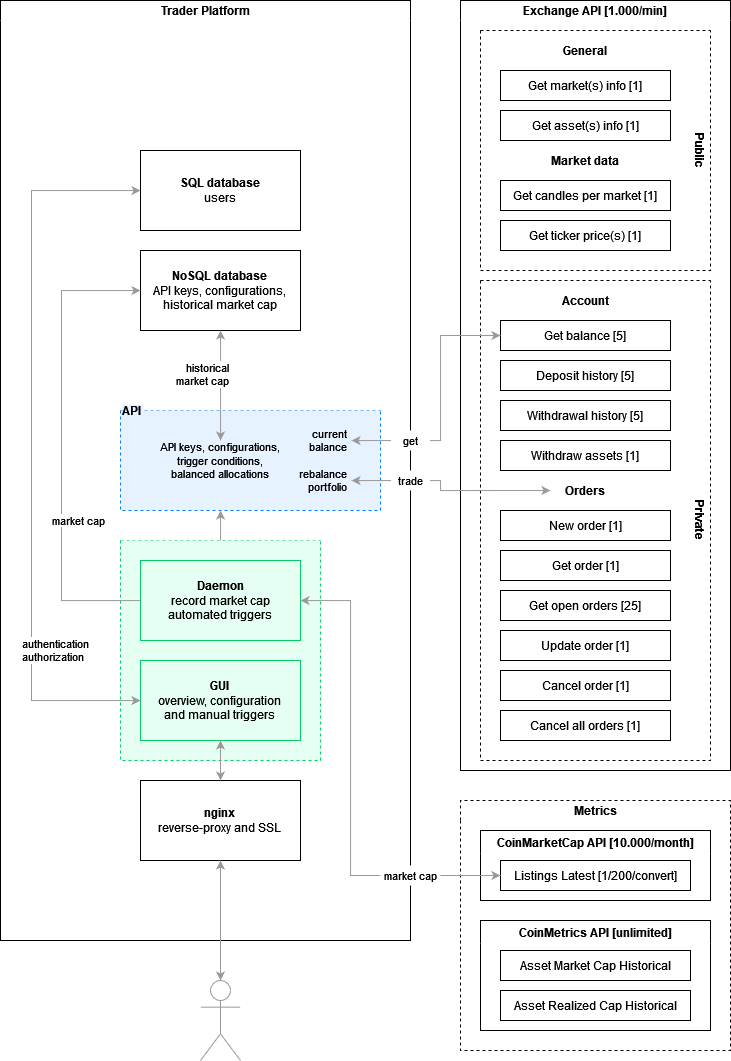
bvandevliet/Trader.Engine keeps this draw.io diagram as Wiki/Diagrams/Architecture-MacroLevel.drawio.png. Above is the earlier version. Source tidied: cells renumbered, new cells last; positions are measured from the earlier drawing's top-left corner, leaving out a move shared by most shapes.
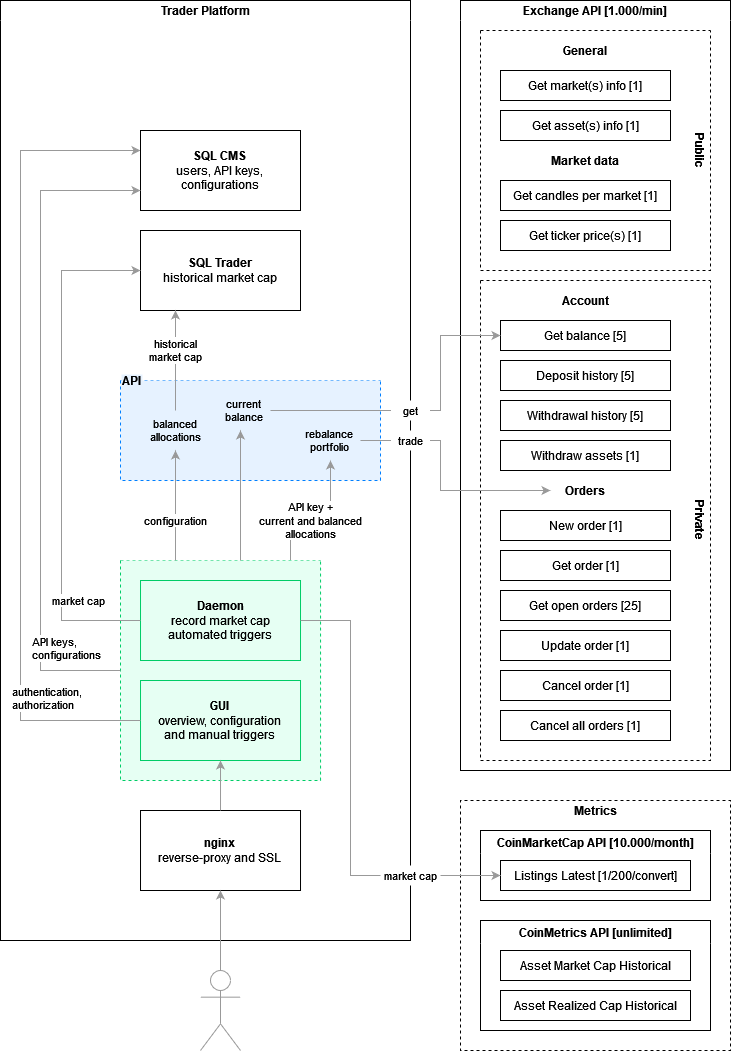
The same diagram one commit later.

Commit message:
Updated architecture diagram to meet latest changes.

(cherry picked from commit 0f639c42dee3066a87ec91806cbe74e62300761c)

The edit, as a diff of the source:
```diff
@@ -6,27 +6,27 @@
       <mxGeometry width="410" height="940" as="geometry" />
     </mxCell>
     <mxCell id="3" value="API" style="swimlane;startSize=0;dashed=1;strokeColor=#007FFF;fillColor=#E6F2FF;align=left;labelBackgroundColor=#E6F2FF;swimlaneFillColor=#E6F2FF;verticalAlign=middle;" parent="2" vertex="1">
-      <mxGeometry x="120" y="410" width="260" height="100" as="geometry" />
+      <mxGeometry x="120" y="380" width="260" height="100" as="geometry" />
     </mxCell>
-    <mxCell id="4" value="&lt;span style=&quot;background-color: rgb(230, 242, 255);&quot;&gt;API keys, configurations,&lt;/span&gt;&lt;br style=&quot;&quot;&gt;&lt;div style=&quot;&quot;&gt;trigger conditions,&lt;/div&gt;&lt;div style=&quot;&quot;&gt;balanced allocations&lt;/div&gt;" style="text;strokeColor=none;fillColor=none;align=center;verticalAlign=middle;rounded=0;dashed=1;fontSize=11;whiteSpace=wrap;html=1;labelBackgroundColor=none;" parent="3" vertex="1">
-      <mxGeometry x="30" y="30" width="140" height="40" as="geometry" />
+    <mxCell id="4" value="&lt;div&gt;balanced&lt;/div&gt;&lt;div&gt;allocations&lt;/div&gt;" style="text;strokeColor=none;fillColor=none;align=center;verticalAlign=middle;rounded=0;dashed=1;fontSize=11;whiteSpace=wrap;html=1;labelBackgroundColor=none;" parent="3" vertex="1">
+      <mxGeometry x="20" y="30" width="70" height="40" as="geometry" />
     </mxCell>
-    <mxCell id="5" value="&lt;div&gt;current&lt;/div&gt;&lt;div&gt;balance&lt;br&gt;&lt;/div&gt;" style="text;strokeColor=none;fillColor=none;align=right;verticalAlign=middle;rounded=0;dashed=1;fontSize=11;whiteSpace=wrap;html=1;labelBackgroundColor=none;spacingRight=2;" parent="3" vertex="1">
-      <mxGeometry x="171" y="10" width="60" height="40" as="geometry" />
+    <mxCell id="5" value="&lt;div&gt;current&lt;/div&gt;&lt;div&gt;balance&lt;br&gt;&lt;/div&gt;" style="text;strokeColor=none;fillColor=none;align=center;verticalAlign=middle;rounded=0;dashed=1;fontSize=11;whiteSpace=wrap;html=1;labelBackgroundColor=none;spacingRight=2;" parent="3" vertex="1">
+      <mxGeometry x="100" y="10" width="50" height="40" as="geometry" />
     </mxCell>
-    <mxCell id="6" value="&lt;div style=&quot;&quot;&gt;rebalance&lt;/div&gt;portfolio" style="text;strokeColor=none;fillColor=none;align=right;verticalAlign=middle;rounded=0;dashed=1;fontSize=11;whiteSpace=wrap;html=1;labelBackgroundColor=none;spacingRight=2;" parent="3" vertex="1">
-      <mxGeometry x="170" y="50" width="61" height="40" as="geometry" />
+    <mxCell id="6" value="&lt;div style=&quot;&quot;&gt;rebalance&lt;/div&gt;portfolio" style="text;strokeColor=none;fillColor=none;align=center;verticalAlign=middle;rounded=0;dashed=1;fontSize=11;whiteSpace=wrap;html=1;labelBackgroundColor=none;spacingRight=2;" parent="3" vertex="1">
+      <mxGeometry x="180" y="40" width="60" height="40" as="geometry" />
     </mxCell>
-    <mxCell id="7" style="edgeStyle=orthogonalEdgeStyle;rounded=0;jettySize=auto;html=1;labelBackgroundColor=#FFFFFF;align=right;strokeColor=#999999;startArrow=none;startFill=0;labelBorderColor=none;" parent="2" edge="1" source="8" target="3">
-      <mxGeometry relative="1" as="geometry">
+    <mxCell id="7" value="API key +&lt;br&gt;current and balanced&lt;br&gt;allocations" style="edgeStyle=orthogonalEdgeStyle;rounded=0;jettySize=auto;html=1;labelBackgroundColor=#FFFFFF;align=center;strokeColor=#999999;startArrow=none;startFill=0;labelBorderColor=none;" parent="2" edge="1" source="8" target="6">
+      <mxGeometry y="-10" relative="1" as="geometry">
         <Array as="points">
-          <mxPoint x="220" y="530" />
-          <mxPoint x="220" y="530" />
+          <mxPoint x="290" y="510" />
+          <mxPoint x="330" y="510" />
         </Array>
       </mxGeometry>
     </mxCell>
     <mxCell id="8" style="swimlane;startSize=0;dashed=1;strokeColor=#00CC66;fillColor=none;align=center;fillStyle=solid;gradientColor=none;swimlaneFillColor=#e6fff3;" parent="2" vertex="1">
-      <mxGeometry x="120" y="540" width="200" height="220" as="geometry" />
+      <mxGeometry x="120" y="560" width="200" height="220" as="geometry" />
     </mxCell>
     <mxCell id="9" value="&lt;div&gt;&lt;b&gt;GUI&lt;br&gt;&lt;/b&gt;&lt;/div&gt;&lt;div&gt;overview, configuration&lt;br&gt;and manual triggers&lt;br&gt;&lt;/div&gt;" style="rounded=0;whiteSpace=wrap;html=1;strokeColor=#00CC66;fillColor=none;" parent="8" vertex="1">
       <mxGeometry x="20" y="120" width="160" height="80" as="geometry" />
@@ -35,9 +35,9 @@
       <mxGeometry x="20" y="20" width="160" height="80" as="geometry" />
     </mxCell>
     <mxCell id="11" value="&lt;div&gt;&lt;b&gt;nginx&lt;/b&gt;&lt;/div&gt;&lt;div&gt;reverse-proxy and SSL&lt;br&gt;&lt;/div&gt;" style="rounded=0;whiteSpace=wrap;html=1;" parent="2" vertex="1">
-      <mxGeometry x="140" y="780" width="160" height="80" as="geometry" />
+      <mxGeometry x="140" y="810" width="160" height="80" as="geometry" />
     </mxCell>
-    <mxCell id="12" style="edgeStyle=orthogonalEdgeStyle;rounded=0;jettySize=auto;html=1;startArrow=classic;startFill=1;strokeColor=#999;" parent="2" edge="1" source="11" target="9">
+    <mxCell id="12" style="edgeStyle=orthogonalEdgeStyle;rounded=0;jettySize=auto;html=1;startArrow=none;startFill=0;strokeColor=#999;" parent="2" edge="1" source="11" target="9">
       <mxGeometry relative="1" as="geometry">
         <Array as="points">
           <mxPoint x="180" y="680" />
@@ -45,37 +45,61 @@
         </Array>
       </mxGeometry>
     </mxCell>
-    <mxCell id="13" value="&lt;div&gt;authentication&lt;/div&gt;&lt;div&gt;authorization&lt;br&gt;&lt;/div&gt;" style="edgeStyle=orthogonalEdgeStyle;rounded=0;jettySize=auto;html=1;align=left;startArrow=classic;startFill=1;strokeColor=#999999;" parent="2" edge="1" source="9" target="17">
-      <mxGeometry x="-0.56" y="11" relative="1" as="geometry">
+    <mxCell id="13" value="&lt;div&gt;authentication,&lt;/div&gt;&lt;div&gt;authorization&lt;br&gt;&lt;/div&gt;" style="edgeStyle=orthogonalEdgeStyle;rounded=0;jettySize=auto;html=1;align=left;startArrow=none;startFill=0;strokeColor=#999999;" parent="2" edge="1" source="9" target="17">
+      <mxGeometry x="-0.65" y="10" relative="1" as="geometry">
         <Array as="points">
-          <mxPoint x="31" y="700" />
-          <mxPoint x="31" y="190" />
+          <mxPoint x="20" y="720" />
+          <mxPoint x="20" y="150" />
         </Array>
       </mxGeometry>
     </mxCell>
-    <mxCell id="14" value="&lt;div&gt;&lt;b&gt;NoSQL database&lt;br&gt;&lt;/b&gt;&lt;/div&gt;&lt;div&gt;API keys, configurations,&lt;br&gt;historical market cap&lt;br&gt;&lt;/div&gt;" style="rounded=0;whiteSpace=wrap;html=1;" parent="2" vertex="1">
-      <mxGeometry x="140" y="250" width="160" height="80" as="geometry" />
+    <mxCell id="14" value="&lt;div&gt;&lt;b&gt;SQL Trader&lt;br&gt;&lt;/b&gt;&lt;/div&gt;&lt;div&gt;historical market cap&lt;br&gt;&lt;/div&gt;" style="rounded=0;whiteSpace=wrap;html=1;" parent="2" vertex="1">
+      <mxGeometry x="140" y="230" width="160" height="80" as="geometry" />
     </mxCell>
-    <mxCell id="15" value="&lt;div&gt;historical&lt;/div&gt;&lt;div&gt;market cap&lt;br&gt;&lt;/div&gt;" style="edgeStyle=orthogonalEdgeStyle;rounded=0;jettySize=auto;html=1;align=right;startArrow=classic;startFill=1;labelBorderColor=none;labelBackgroundColor=#FFFFFF;strokeColor=#999999;" parent="2" edge="1" source="4" target="14">
-      <mxGeometry x="0.2" y="-10" relative="1" as="geometry">
-        <Array as="points">
-          <mxPoint x="220" y="400" />
-          <mxPoint x="220" y="400" />
-        </Array>
-      </mxGeometry>
-    </mxCell>
     <mxCell id="16" value="market cap" style="edgeStyle=orthogonalEdgeStyle;rounded=0;jettySize=auto;html=1;align=left;strokeColor=#999999;startArrow=none;startFill=0;" parent="2" edge="1" source="10" target="14">
-      <mxGeometry x="-0.32" y="11" relative="1" as="geometry">
+      <mxGeometry x="-0.61" y="11" relative="1" as="geometry">
         <Array as="points">
-          <mxPoint x="61" y="600" />
-          <mxPoint x="61" y="290" />
+          <mxPoint x="61" y="620" />
+          <mxPoint x="61" y="270" />
         </Array>
       </mxGeometry>
     </mxCell>
-    <mxCell id="17" value="&lt;div&gt;&lt;b&gt;SQL database&lt;br&gt;&lt;/b&gt;&lt;/div&gt;&lt;div&gt;users&lt;br&gt;&lt;/div&gt;" style="rounded=0;whiteSpace=wrap;html=1;" parent="2" vertex="1">
-      <mxGeometry x="140" y="150" width="160" height="80" as="geometry" />
+    <mxCell id="17" value="&lt;div&gt;&lt;b&gt;SQL CMS&lt;br&gt;&lt;/b&gt;&lt;/div&gt;&lt;div&gt;users, API keys,&lt;br&gt;configurations&lt;br&gt;&lt;/div&gt;" style="rounded=0;whiteSpace=wrap;html=1;" parent="2" vertex="1">
+      <mxGeometry x="140" y="130" width="160" height="80" as="geometry" />
     </mxCell>
+    <mxCell id="55" value="&lt;div&gt;API keys,&lt;/div&gt;&lt;div&gt;configurations&lt;br&gt;&lt;/div&gt;" style="edgeStyle=orthogonalEdgeStyle;rounded=0;jettySize=auto;html=1;align=left;strokeColor=#999999;startArrow=none;startFill=0;" parent="2" edge="1" source="8" target="17">
+      <mxGeometry x="-0.69" y="10" relative="1" as="geometry">
+        <Array as="points">
+          <mxPoint x="40" y="670" />
+          <mxPoint x="40" y="190" />
+        </Array>
+      </mxGeometry>
+    </mxCell>
+    <mxCell id="56" value="configuration" style="edgeStyle=orthogonalEdgeStyle;rounded=0;jettySize=auto;html=1;labelBackgroundColor=#FFFFFF;align=center;strokeColor=#999999;startArrow=none;startFill=0;labelBorderColor=none;" parent="2" edge="1" source="8" target="4">
+      <mxGeometry x="-0.27" relative="1" as="geometry">
+        <Array as="points">
+          <mxPoint x="175" y="490" />
+          <mxPoint x="175" y="490" />
+        </Array>
+      </mxGeometry>
+    </mxCell>
+    <mxCell id="57" style="edgeStyle=orthogonalEdgeStyle;rounded=0;jettySize=auto;html=1;labelBackgroundColor=#FFFFFF;align=center;strokeColor=#999999;startArrow=none;startFill=0;labelBorderColor=none;" parent="2" edge="1" source="8" target="5">
+      <mxGeometry x="-0.33" relative="1" as="geometry">
+        <Array as="points">
+          <mxPoint x="240" y="510" />
+          <mxPoint x="240" y="510" />
+        </Array>
+      </mxGeometry>
+    </mxCell>
+    <mxCell id="15" value="historical&lt;br&gt;market cap" style="edgeStyle=orthogonalEdgeStyle;rounded=0;jettySize=auto;html=1;labelBackgroundColor=#FFFFFF;align=center;strokeColor=#999999;startArrow=none;startFill=0;labelBorderColor=none;" parent="2" edge="1" source="4" target="14">
+      <mxGeometry x="0.2" relative="1" as="geometry">
+        <Array as="points">
+          <mxPoint x="175" y="340" />
+          <mxPoint x="175" y="340" />
+        </Array>
+      </mxGeometry>
+    </mxCell>
-    <mxCell id="18" style="edgeStyle=orthogonalEdgeStyle;rounded=0;jettySize=auto;html=1;startArrow=classic;startFill=1;exitX=0.5;exitY=0;exitDx=0;exitDy=0;exitPerimeter=0;strokeColor=#999;" parent="1" edge="1" source="19" target="11">
+    <mxCell id="18" style="edgeStyle=orthogonalEdgeStyle;rounded=0;jettySize=auto;html=1;startArrow=none;startFill=0;exitX=0.5;exitY=0;exitDx=0;exitDy=0;exitPerimeter=0;strokeColor=#999;" parent="1" edge="1" source="19" target="11">
       <mxGeometry relative="1" as="geometry">
         <Array as="points">
           <mxPoint x="169" y="810" />
@@ -84,7 +108,7 @@
       </mxGeometry>
     </mxCell>
     <mxCell id="19" style="shape=umlActor;verticalLabelPosition=bottom;verticalAlign=top;html=1;outlineConnect=0;fillColor=none;strokeColor=#999;" parent="1" vertex="1">
-      <mxGeometry x="200" y="980" width="40" height="80" as="geometry" />
+      <mxGeometry x="200" y="970" width="40" height="80" as="geometry" />
     </mxCell>
     <mxCell id="20" value="Exchange API [1.000/min]" style="swimlane;swimlaneLine=0;fillColor=default;startSize=20;swimlaneFillColor=default;" parent="1" vertex="1">
       <mxGeometry x="460" width="270" height="770" as="geometry" />
@@ -173,39 +197,39 @@
     <mxCell id="48" value="Asset Realized Cap Historical" style="rounded=0;whiteSpace=wrap;html=1;" parent="46" vertex="1">
       <mxGeometry x="20" y="70" width="190" height="30" as="geometry" />
     </mxCell>
-    <mxCell id="49" style="edgeStyle=orthogonalEdgeStyle;rounded=0;jettySize=auto;html=1;startArrow=classic;startFill=1;strokeColor=#999;align=right;entryX=0;entryY=0.5;entryDx=0;entryDy=0;" parent="1" edge="1" source="10" target="45">
+    <mxCell id="49" style="edgeStyle=orthogonalEdgeStyle;rounded=0;jettySize=auto;html=1;startArrow=none;startFill=0;strokeColor=#999;align=right;entryX=0;entryY=0.5;entryDx=0;entryDy=0;" parent="1" edge="1" source="10" target="45">
       <mxGeometry x="0.28" y="10" relative="1" as="geometry">
         <Array as="points">
-          <mxPoint x="350" y="600" />
+          <mxPoint x="350" y="620" />
           <mxPoint x="350" y="875" />
         </Array>
       </mxGeometry>
     </mxCell>
-    <mxCell id="50" style="edgeStyle=orthogonalEdgeStyle;rounded=0;jettySize=auto;html=1;startArrow=classic;startFill=1;labelBackgroundColor=#e6f2ff;strokeColor=#999999;" parent="1" edge="1" source="6">
+    <mxCell id="50" style="edgeStyle=orthogonalEdgeStyle;rounded=0;jettySize=auto;html=1;startArrow=none;startFill=0;labelBackgroundColor=#e6f2ff;strokeColor=#999999;" parent="1" edge="1" source="6">
       <mxGeometry x="-0.2" relative="1" as="geometry">
         <mxPoint x="550" y="490" as="targetPoint" />
         <Array as="points">
-          <mxPoint x="440" y="480" />
+          <mxPoint x="440" y="440" />
           <mxPoint x="440" y="490" />
         </Array>
       </mxGeometry>
     </mxCell>
     <mxCell id="51" value="trade" style="text;strokeColor=none;fillColor=default;align=center;verticalAlign=middle;rounded=0;dashed=1;fontSize=11;whiteSpace=wrap;html=1;labelBackgroundColor=none;" parent="1" vertex="1">
-      <mxGeometry x="390.5" y="470" width="39" height="20" as="geometry" />
+      <mxGeometry x="390.5" y="430" width="39" height="20" as="geometry" />
     </mxCell>
     <mxCell id="52" value="market cap" style="text;strokeColor=none;fillColor=default;align=center;verticalAlign=middle;rounded=0;dashed=1;fontSize=11;whiteSpace=wrap;html=1;labelBackgroundColor=none;" parent="1" vertex="1">
       <mxGeometry x="380" y="865" width="60" height="20" as="geometry" />
     </mxCell>
-    <mxCell id="53" style="edgeStyle=orthogonalEdgeStyle;rounded=0;jettySize=auto;html=1;labelBackgroundColor=#FFFFFF;strokeColor=#999999;startArrow=classic;startFill=1;" parent="1" edge="1" source="5" target="31">
+    <mxCell id="53" style="edgeStyle=orthogonalEdgeStyle;rounded=0;jettySize=auto;html=1;labelBackgroundColor=#FFFFFF;strokeColor=#999999;startArrow=none;startFill=0;" parent="1" edge="1" source="5" target="31">
       <mxGeometry x="0.48" relative="1" as="geometry">
         <Array as="points">
-          <mxPoint x="440" y="440" />
+          <mxPoint x="440" y="410" />
           <mxPoint x="440" y="335" />
         </Array>
       </mxGeometry>
     </mxCell>
     <mxCell id="54" value="get" style="text;strokeColor=none;fillColor=default;align=center;verticalAlign=middle;rounded=0;dashed=1;fontSize=11;whiteSpace=wrap;html=1;labelBackgroundColor=none;" parent="1" vertex="1">
-      <mxGeometry x="390.5" y="430" width="39" height="20" as="geometry" />
+      <mxGeometry x="390.5" y="400" width="39" height="20" as="geometry" />
     </mxCell>
   </root>
 </mxGraphModel>
```
